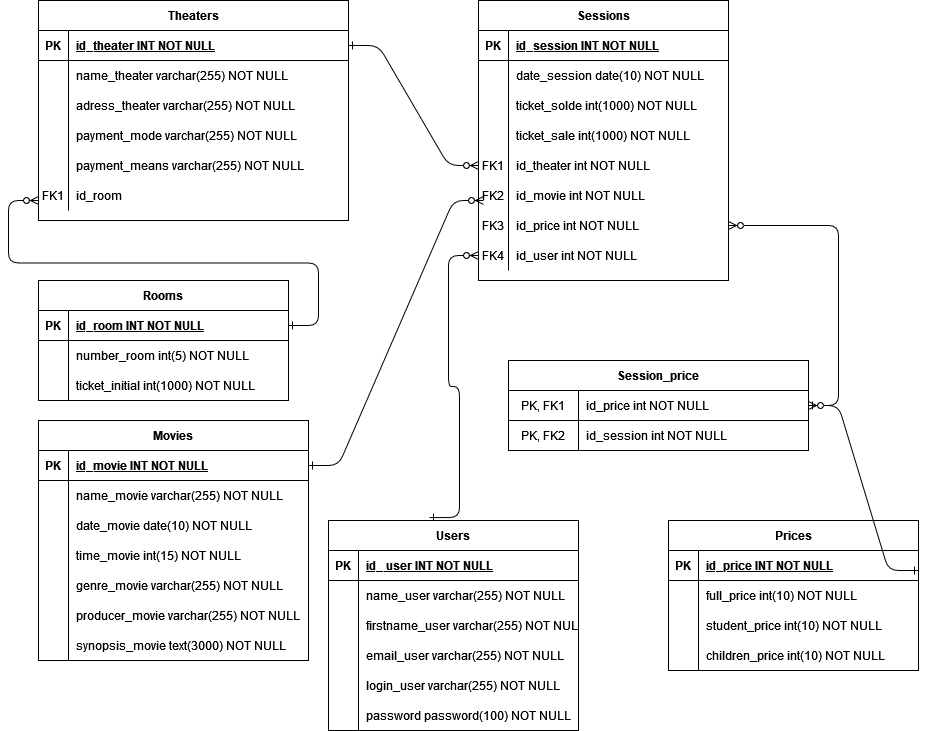
The draw.io diagram MPD.png in AurelieG13/Entrainement-BDD-Studi6, before a commit. Source tidied: cells renumbered, new cells last; positions are measured from the earlier drawing's top-left corner, leaving out a move shared by most shapes.
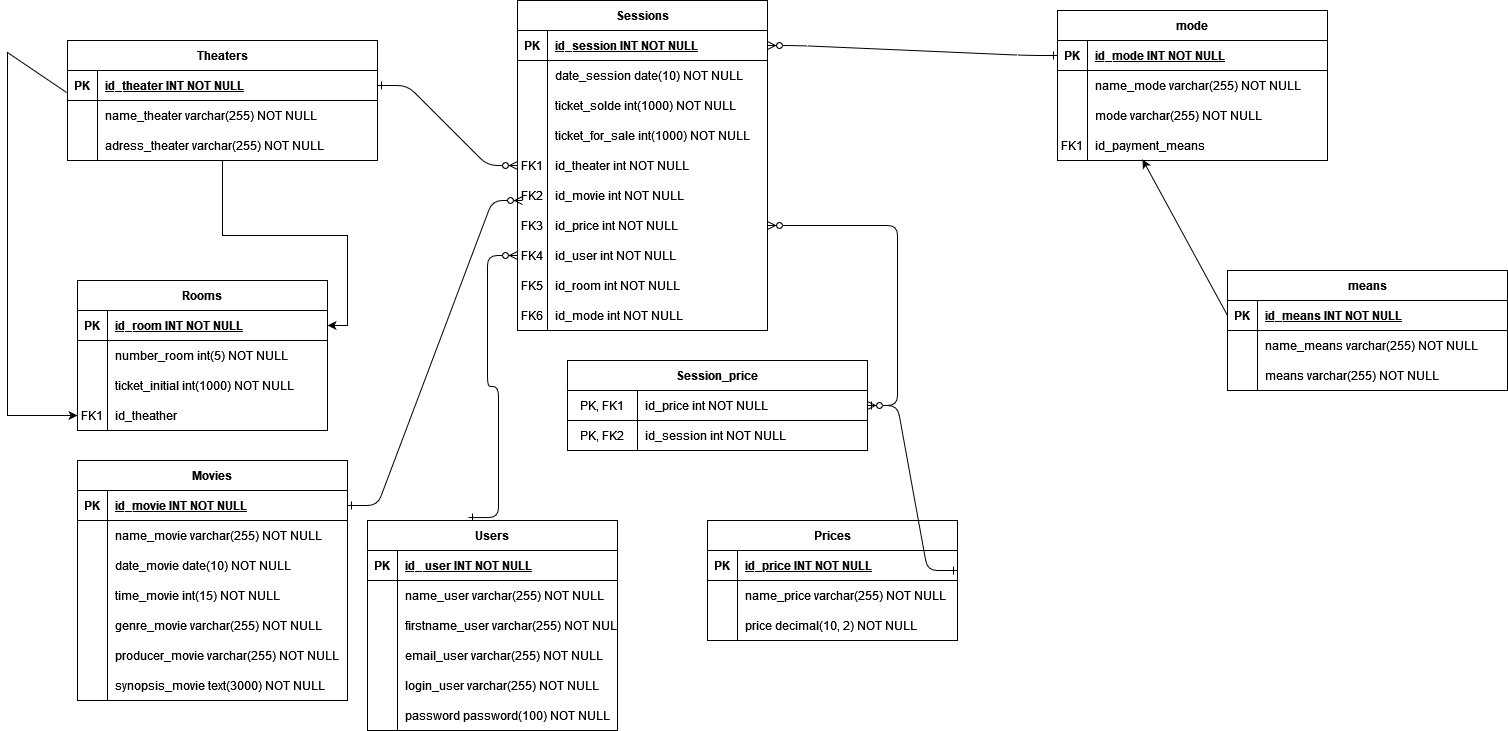
Above is the later version.

Commit message:
Finalisation requetes utilisateur BDD

The edit, as a diff of the source:
```diff
@@ -6,7 +6,7 @@
       <mxGeometry relative="1" as="geometry" />
     </mxCell>
     <mxCell id="3" value="Sessions" style="shape=table;startSize=30;rowLines=0;fontStyle=1;align=center;" parent="1" vertex="1">
-      <mxGeometry x="440" width="250" height="280" as="geometry" />
+      <mxGeometry x="440" width="250" height="330" as="geometry" />
     </mxCell>
     <mxCell id="4" style="shape=partialRectangle;fillColor=none;points=[[0,0.5],[1,0.5]];portConstraint=eastwest;top=0;left=0;right=0;bottom=1;" parent="3" vertex="1">
       <mxGeometry y="30" width="250" height="30" as="geometry" />
@@ -41,7 +41,7 @@
     <mxCell id="14" style="shape=partialRectangle;overflow=hidden;fillColor=none;top=0;left=0;bottom=0;right=0;" parent="13" vertex="1">
       <mxGeometry width="30" height="30" as="geometry" />
     </mxCell>
-    <mxCell id="15" value="ticket_sale int(1000) NOT NULL" style="shape=partialRectangle;overflow=hidden;fillColor=none;top=0;left=0;bottom=0;right=0;align=left;spacingLeft=6;" parent="13" vertex="1">
+    <mxCell id="15" value="ticket_for_sale int(1000) NOT NULL" style="shape=partialRectangle;overflow=hidden;fillColor=none;top=0;left=0;bottom=0;right=0;align=left;spacingLeft=6;" parent="13" vertex="1">
       <mxGeometry x="30" width="220" height="30" as="geometry" />
     </mxCell>
     <mxCell id="16" style="shape=partialRectangle;fillColor=none;points=[[0,0.5],[1,0.5]];portConstraint=eastwest;top=0;left=0;right=0;bottom=0;" parent="3" vertex="1">
@@ -80,8 +80,26 @@
     <mxCell id="27" value="id_user int NOT NULL" style="shape=partialRectangle;overflow=hidden;fillColor=none;top=0;left=0;bottom=0;right=0;align=left;spacingLeft=6;" parent="25" vertex="1">
       <mxGeometry x="30" width="220" height="30" as="geometry" />
     </mxCell>
+    <mxCell id="123" style="shape=partialRectangle;fillColor=none;top=0;left=0;right=0;bottom=0;" parent="3" vertex="1">
+      <mxGeometry y="270" width="250" height="30" as="geometry" />
+    </mxCell>
+    <mxCell id="124" value="FK5" style="shape=partialRectangle;overflow=hidden;fillColor=none;top=0;left=0;bottom=0;right=0;" parent="123" vertex="1">
+      <mxGeometry width="30" height="30" as="geometry" />
+    </mxCell>
+    <mxCell id="125" value="id_room int NOT NULL" style="shape=partialRectangle;overflow=hidden;fillColor=none;top=0;left=0;bottom=0;right=0;align=left;spacingLeft=6;" parent="123" vertex="1">
+      <mxGeometry x="30" width="220" height="30" as="geometry" />
+    </mxCell>
+    <mxCell id="126" style="shape=partialRectangle;fillColor=none;top=0;left=0;right=0;bottom=0;" parent="3" vertex="1">
+      <mxGeometry y="300" width="250" height="30" as="geometry" />
+    </mxCell>
+    <mxCell id="127" value="FK6" style="shape=partialRectangle;overflow=hidden;fillColor=none;top=0;left=0;bottom=0;right=0;" parent="126" vertex="1">
+      <mxGeometry width="30" height="30" as="geometry" />
+    </mxCell>
+    <mxCell id="128" value="id_mode int NOT NULL" style="shape=partialRectangle;overflow=hidden;fillColor=none;top=0;left=0;bottom=0;right=0;align=left;spacingLeft=6;" parent="126" vertex="1">
+      <mxGeometry x="30" width="220" height="30" as="geometry" />
+    </mxCell>
     <mxCell id="28" value="Session_price" style="shape=table;startSize=30;rowLines=0;fontStyle=1;align=center;" parent="1" vertex="1">
-      <mxGeometry x="470" y="360" width="300" height="90" as="geometry" />
+      <mxGeometry x="490" y="360" width="300" height="90" as="geometry" />
     </mxCell>
     <mxCell id="29" style="shape=partialRectangle;fillColor=none;points=[[0,0.5],[1,0.5]];portConstraint=eastwest;top=0;left=0;right=0;bottom=1;" parent="28" vertex="1">
       <mxGeometry y="30" width="300" height="30" as="geometry" />
@@ -101,8 +119,11 @@
     <mxCell id="34" value="id_session int NOT NULL " style="shape=partialRectangle;overflow=hidden;fillColor=none;top=0;left=0;bottom=0;right=0;align=left;spacingLeft=6;" parent="32" vertex="1">
       <mxGeometry x="70" width="230" height="30" as="geometry" />
     </mxCell>
+    <mxCell id="129" style="edgeStyle=orthogonalEdgeStyle;rounded=0;jettySize=auto;html=1;" parent="1" edge="1" source="35" target="57">
+      <mxGeometry relative="1" as="geometry" />
+    </mxCell>
     <mxCell id="35" value="Theaters" style="shape=table;startSize=30;rowLines=0;fontStyle=1;align=center;" parent="1" vertex="1">
-      <mxGeometry width="310" height="220" as="geometry" />
+      <mxGeometry x="-10" y="40" width="310" height="120" as="geometry" />
     </mxCell>
     <mxCell id="36" style="shape=partialRectangle;fillColor=none;points=[[0,0.5],[1,0.5]];portConstraint=eastwest;top=0;left=0;right=0;bottom=1;" parent="35" vertex="1">
       <mxGeometry y="30" width="310" height="30" as="geometry" />
@@ -131,33 +152,6 @@
     <mxCell id="44" value="adress_theater varchar(255) NOT NULL" style="shape=partialRectangle;overflow=hidden;fillColor=none;top=0;left=0;bottom=0;right=0;align=left;spacingLeft=6;" parent="42" vertex="1">
       <mxGeometry x="30" width="280" height="30" as="geometry" />
     </mxCell>
-    <mxCell id="45" style="shape=partialRectangle;fillColor=none;top=0;left=0;right=0;bottom=0;" parent="35" vertex="1">
-      <mxGeometry y="120" width="310" height="30" as="geometry" />
-    </mxCell>
-    <mxCell id="46" style="shape=partialRectangle;overflow=hidden;fillColor=none;top=0;left=0;bottom=0;right=0;" parent="45" vertex="1">
-      <mxGeometry width="30" height="30" as="geometry" />
-    </mxCell>
-    <mxCell id="47" value="payment_mode varchar(255) NOT NULL" style="shape=partialRectangle;overflow=hidden;fillColor=none;top=0;left=0;bottom=0;right=0;align=left;spacingLeft=6;" parent="45" vertex="1">
-      <mxGeometry x="30" width="280" height="30" as="geometry" />
-    </mxCell>
-    <mxCell id="48" style="shape=partialRectangle;fillColor=none;top=0;left=0;right=0;bottom=0;" parent="35" vertex="1">
-      <mxGeometry y="150" width="310" height="30" as="geometry" />
-    </mxCell>
-    <mxCell id="49" style="shape=partialRectangle;overflow=hidden;fillColor=none;top=0;left=0;bottom=0;right=0;" parent="48" vertex="1">
-      <mxGeometry width="30" height="30" as="geometry" />
-    </mxCell>
-    <mxCell id="50" value="payment_means varchar(255) NOT NULL" style="shape=partialRectangle;overflow=hidden;fillColor=none;top=0;left=0;bottom=0;right=0;align=left;spacingLeft=6;" parent="48" vertex="1">
-      <mxGeometry x="30" width="280" height="30" as="geometry" />
-    </mxCell>
-    <mxCell id="51" style="shape=partialRectangle;fillColor=none;top=0;left=0;right=0;bottom=0;" parent="35" vertex="1">
-      <mxGeometry y="180" width="310" height="30" as="geometry" />
-    </mxCell>
-    <mxCell id="52" value="FK1" style="shape=partialRectangle;overflow=hidden;fillColor=none;top=0;left=0;bottom=0;right=0;" parent="51" vertex="1">
-      <mxGeometry width="30" height="30" as="geometry" />
-    </mxCell>
-    <mxCell id="53" value="id_room" style="shape=partialRectangle;overflow=hidden;fillColor=none;top=0;left=0;bottom=0;right=0;align=left;spacingLeft=6;" parent="51" vertex="1">
-      <mxGeometry x="30" width="280" height="30" as="geometry" />
-    </mxCell>
     <mxCell id="54" style="edgeStyle=entityRelationEdgeStyle;endArrow=ERzeroToMany;startArrow=ERone;endFill=1;startFill=0;entryX=1;entryY=0.5;entryDx=0;entryDy=0;" parent="1" edge="1" source="28" target="22">
       <mxGeometry relative="1" as="geometry" />
     </mxCell>
@@ -165,7 +159,7 @@
       <mxGeometry relative="1" as="geometry" />
     </mxCell>
     <mxCell id="56" value="Rooms" style="shape=table;startSize=30;rowLines=0;fontStyle=1;align=center;" parent="1" vertex="1">
-      <mxGeometry y="280" width="250" height="120" as="geometry" />
+      <mxGeometry y="280" width="250" height="150" as="geometry" />
     </mxCell>
     <mxCell id="57" style="shape=partialRectangle;fillColor=none;points=[[0,0.5],[1,0.5]];portConstraint=eastwest;top=0;left=0;right=0;bottom=1;" parent="56" vertex="1">
       <mxGeometry y="30" width="250" height="30" as="geometry" />
@@ -194,13 +188,17 @@
     <mxCell id="65" value="ticket_initial int(1000) NOT NULL" style="shape=partialRectangle;overflow=hidden;fillColor=none;top=0;left=0;bottom=0;right=0;align=left;spacingLeft=6;" parent="63" vertex="1">
       <mxGeometry x="30" width="220" height="30" as="geometry" />
     </mxCell>
-    <mxCell id="66" style="edgeStyle=entityRelationEdgeStyle;endArrow=ERzeroToMany;startArrow=ERone;endFill=1;startFill=0;entryX=1;entryY=0.5;entryDx=0;entryDy=0;exitX=1;exitY=0.5;exitDx=0;exitDy=0;" parent="1" edge="1" source="57">
-      <mxGeometry relative="1" as="geometry">
-        <mxPoint y="200" as="targetPoint" />
-      </mxGeometry>
-    </mxCell>
+    <mxCell id="119" style="shape=partialRectangle;fillColor=none;points=[[0,0.5],[1,0.5]];portConstraint=eastwest;top=0;left=0;right=0;bottom=0;" parent="56" vertex="1">
+      <mxGeometry y="120" width="250" height="30" as="geometry" />
+    </mxCell>
+    <mxCell id="130" value="FK1" style="shape=partialRectangle;overflow=hidden;fillColor=none;top=0;left=0;bottom=0;right=0;" parent="119" vertex="1">
+      <mxGeometry width="30" height="30" as="geometry" />
+    </mxCell>
+    <mxCell id="131" value="id_theather" style="shape=partialRectangle;overflow=hidden;fillColor=none;top=0;left=0;bottom=0;right=0;align=left;spacingLeft=6;" parent="119" vertex="1">
+      <mxGeometry x="30" width="220" height="30" as="geometry" />
+    </mxCell>
     <mxCell id="67" value="Movies" style="shape=table;startSize=30;rowLines=0;fontStyle=1;align=center;" parent="1" vertex="1">
-      <mxGeometry y="420" width="270" height="240" as="geometry" />
+      <mxGeometry y="460" width="270" height="240" as="geometry" />
     </mxCell>
     <mxCell id="68" style="shape=partialRectangle;fillColor=none;points=[[0,0.5],[1,0.5]];portConstraint=eastwest;top=0;left=0;right=0;bottom=1;" parent="67" vertex="1">
       <mxGeometry y="30" width="270" height="30" as="geometry" />
@@ -328,7 +326,7 @@
       <mxGeometry x="30" width="220" height="30" as="geometry" />
     </mxCell>
     <mxCell id="109" value="Prices" style="shape=table;startSize=30;rowLines=0;fontStyle=1;align=center;" parent="1" vertex="1">
-      <mxGeometry x="630" y="520" width="250" height="150" as="geometry" />
+      <mxGeometry x="630" y="520" width="250" height="120" as="geometry" />
     </mxCell>
     <mxCell id="110" style="shape=partialRectangle;fillColor=none;points=[[0,0.5],[1,0.5]];portConstraint=eastwest;top=0;left=0;right=0;bottom=1;" parent="109" vertex="1">
       <mxGeometry y="30" width="250" height="30" as="geometry" />
@@ -345,7 +343,7 @@
     <mxCell id="114" style="shape=partialRectangle;overflow=hidden;fillColor=none;top=0;left=0;bottom=0;right=0;" parent="113" vertex="1">
       <mxGeometry width="30" height="30" as="geometry" />
     </mxCell>
-    <mxCell id="115" value="full_price int(10) NOT NULL" style="shape=partialRectangle;overflow=hidden;fillColor=none;top=0;left=0;bottom=0;right=0;align=left;spacingLeft=6;" parent="113" vertex="1">
+    <mxCell id="115" value="name_price varchar(255) NOT NULL" style="shape=partialRectangle;overflow=hidden;fillColor=none;top=0;left=0;bottom=0;right=0;align=left;spacingLeft=6;" parent="113" vertex="1">
       <mxGeometry x="30" width="220" height="30" as="geometry" />
     </mxCell>
     <mxCell id="116" style="shape=partialRectangle;fillColor=none;top=0;left=0;right=0;bottom=0;" parent="109" vertex="1">
@@ -354,20 +352,94 @@
     <mxCell id="117" style="shape=partialRectangle;overflow=hidden;fillColor=none;top=0;left=0;bottom=0;right=0;" parent="116" vertex="1">
       <mxGeometry width="30" height="30" as="geometry" />
     </mxCell>
-    <mxCell id="118" value="student_price int(10) NOT NULL" style="shape=partialRectangle;overflow=hidden;fillColor=none;top=0;left=0;bottom=0;right=0;align=left;spacingLeft=6;" parent="116" vertex="1">
+    <mxCell id="118" value="price decimal(10, 2) NOT NULL" style="shape=partialRectangle;overflow=hidden;fillColor=none;top=0;left=0;bottom=0;right=0;align=left;spacingLeft=6;" parent="116" vertex="1">
       <mxGeometry x="30" width="220" height="30" as="geometry" />
     </mxCell>
-    <mxCell id="119" style="shape=partialRectangle;fillColor=none;points=[[0,0.5],[1,0.5]];portConstraint=eastwest;top=0;left=0;right=0;bottom=0;" parent="109" vertex="1">
-      <mxGeometry y="120" width="250" height="30" as="geometry" />
-    </mxCell>
-    <mxCell id="120" style="shape=partialRectangle;overflow=hidden;fillColor=none;top=0;left=0;bottom=0;right=0;" parent="119" vertex="1">
-      <mxGeometry width="30" height="30" as="geometry" />
-    </mxCell>
-    <mxCell id="121" value="children_price int(10) NOT NULL" style="shape=partialRectangle;overflow=hidden;fillColor=none;top=0;left=0;bottom=0;right=0;align=left;spacingLeft=6;" parent="119" vertex="1">
-      <mxGeometry x="30" width="220" height="30" as="geometry" />
-    </mxCell>
     <mxCell id="122" style="edgeStyle=entityRelationEdgeStyle;endArrow=ERzeroToMany;startArrow=ERone;endFill=1;startFill=0;exitX=1;exitY=0.667;exitDx=0;exitDy=0;exitPerimeter=0;" parent="1" edge="1" source="110" target="29">
       <mxGeometry relative="1" as="geometry" />
     </mxCell>
+    <mxCell id="132" style="edgeStyle=none;rounded=0;jettySize=auto;html=1;exitX=-0.003;exitY=0.733;exitDx=0;exitDy=0;entryX=0;entryY=0.5;entryDx=0;entryDy=0;exitPerimeter=0;" parent="1" edge="1" source="36" target="119">
+      <mxGeometry relative="1" as="geometry">
+        <Array as="points">
+          <mxPoint x="-70" y="52" />
+          <mxPoint x="-70" y="415" />
+        </Array>
+      </mxGeometry>
+    </mxCell>
+    <mxCell id="133" value="means" style="shape=table;startSize=30;rowLines=0;fontStyle=1;align=center;" parent="1" vertex="1">
+      <mxGeometry x="1150" y="270" width="280" height="120" as="geometry" />
+    </mxCell>
+    <mxCell id="134" style="shape=partialRectangle;fillColor=none;points=[[0,0.5],[1,0.5]];portConstraint=eastwest;top=0;left=0;right=0;bottom=1;" parent="133" vertex="1">
+      <mxGeometry y="30" width="280" height="30" as="geometry" />
+    </mxCell>
+    <mxCell id="135" value="PK" style="shape=partialRectangle;overflow=hidden;fillColor=none;top=0;left=0;bottom=0;right=0;fontStyle=1;" parent="134" vertex="1">
+      <mxGeometry width="30" height="30" as="geometry" />
+    </mxCell>
+    <mxCell id="136" value="id_means INT NOT NULL " style="shape=partialRectangle;overflow=hidden;fillColor=none;top=0;left=0;bottom=0;right=0;align=left;spacingLeft=6;fontStyle=5;" parent="134" vertex="1">
+      <mxGeometry x="30" width="250" height="30" as="geometry" />
+    </mxCell>
+    <mxCell id="137" style="shape=partialRectangle;fillColor=none;top=0;left=0;right=0;bottom=0;" parent="133" vertex="1">
+      <mxGeometry y="60" width="280" height="30" as="geometry" />
+    </mxCell>
+    <mxCell id="138" style="shape=partialRectangle;overflow=hidden;fillColor=none;top=0;left=0;bottom=0;right=0;" parent="137" vertex="1">
+      <mxGeometry width="30" height="30" as="geometry" />
+    </mxCell>
+    <mxCell id="139" value="name_means varchar(255) NOT NULL" style="shape=partialRectangle;overflow=hidden;fillColor=none;top=0;left=0;bottom=0;right=0;align=left;spacingLeft=6;" parent="137" vertex="1">
+      <mxGeometry x="30" width="250" height="30" as="geometry" />
+    </mxCell>
+    <mxCell id="140" style="shape=partialRectangle;fillColor=none;top=0;left=0;right=0;bottom=0;" parent="133" vertex="1">
+      <mxGeometry y="90" width="280" height="30" as="geometry" />
+    </mxCell>
+    <mxCell id="141" style="shape=partialRectangle;overflow=hidden;fillColor=none;top=0;left=0;bottom=0;right=0;" parent="140" vertex="1">
+      <mxGeometry width="30" height="30" as="geometry" />
+    </mxCell>
+    <mxCell id="142" value="means varchar(255) NOT NULL" style="shape=partialRectangle;overflow=hidden;fillColor=none;top=0;left=0;bottom=0;right=0;align=left;spacingLeft=6;" parent="140" vertex="1">
+      <mxGeometry x="30" width="250" height="30" as="geometry" />
+    </mxCell>
+    <mxCell id="143" value="mode" style="shape=table;startSize=30;rowLines=0;fontStyle=1;align=center;" parent="1" vertex="1">
+      <mxGeometry x="980" y="10" width="270" height="150" as="geometry" />
+    </mxCell>
+    <mxCell id="144" style="shape=partialRectangle;fillColor=none;points=[[0,0.5],[1,0.5]];portConstraint=eastwest;top=0;left=0;right=0;bottom=1;" parent="143" vertex="1">
+      <mxGeometry y="30" width="270" height="30" as="geometry" />
+    </mxCell>
+    <mxCell id="145" value="PK" style="shape=partialRectangle;overflow=hidden;fillColor=none;top=0;left=0;bottom=0;right=0;fontStyle=1;" parent="144" vertex="1">
+      <mxGeometry width="30" height="30" as="geometry" />
+    </mxCell>
+    <mxCell id="146" value="id_mode INT NOT NULL " style="shape=partialRectangle;overflow=hidden;fillColor=none;top=0;left=0;bottom=0;right=0;align=left;spacingLeft=6;fontStyle=5;" parent="144" vertex="1">
+      <mxGeometry x="30" width="240" height="30" as="geometry" />
+    </mxCell>
+    <mxCell id="147" style="shape=partialRectangle;fillColor=none;top=0;left=0;right=0;bottom=0;" parent="143" vertex="1">
+      <mxGeometry y="60" width="270" height="30" as="geometry" />
+    </mxCell>
+    <mxCell id="148" style="shape=partialRectangle;overflow=hidden;fillColor=none;top=0;left=0;bottom=0;right=0;" parent="147" vertex="1">
+      <mxGeometry width="30" height="30" as="geometry" />
+    </mxCell>
+    <mxCell id="149" value="name_mode varchar(255) NOT NULL" style="shape=partialRectangle;overflow=hidden;fillColor=none;top=0;left=0;bottom=0;right=0;align=left;spacingLeft=6;" parent="147" vertex="1">
+      <mxGeometry x="30" width="240" height="30" as="geometry" />
+    </mxCell>
+    <mxCell id="150" style="shape=partialRectangle;fillColor=none;top=0;left=0;right=0;bottom=0;" parent="143" vertex="1">
+      <mxGeometry y="90" width="270" height="30" as="geometry" />
+    </mxCell>
+    <mxCell id="151" style="shape=partialRectangle;overflow=hidden;fillColor=none;top=0;left=0;bottom=0;right=0;" parent="150" vertex="1">
+      <mxGeometry width="30" height="30" as="geometry" />
+    </mxCell>
+    <mxCell id="152" value="mode varchar(255) NOT NULL" style="shape=partialRectangle;overflow=hidden;fillColor=none;top=0;left=0;bottom=0;right=0;align=left;spacingLeft=6;" parent="150" vertex="1">
+      <mxGeometry x="30" width="240" height="30" as="geometry" />
+    </mxCell>
+    <mxCell id="153" style="shape=partialRectangle;fillColor=none;points=[[0,0.5],[1,0.5]];portConstraint=eastwest;top=0;left=0;right=0;bottom=0;" parent="143" vertex="1">
+      <mxGeometry y="120" width="270" height="30" as="geometry" />
+    </mxCell>
+    <mxCell id="154" value="FK1" style="shape=partialRectangle;overflow=hidden;fillColor=none;top=0;left=0;bottom=0;right=0;" parent="153" vertex="1">
+      <mxGeometry width="30" height="30" as="geometry" />
+    </mxCell>
+    <mxCell id="155" value="id_payment_means" style="shape=partialRectangle;overflow=hidden;fillColor=none;top=0;left=0;bottom=0;right=0;align=left;spacingLeft=6;" parent="153" vertex="1">
+      <mxGeometry x="30" width="240" height="30" as="geometry" />
+    </mxCell>
+    <mxCell id="156" style="edgeStyle=none;rounded=0;jettySize=auto;html=1;entryX=0.315;entryY=0.967;entryDx=0;entryDy=0;entryPerimeter=0;exitX=0;exitY=0.5;exitDx=0;exitDy=0;" parent="1" edge="1" source="134" target="153">
+      <mxGeometry relative="1" as="geometry" />
+    </mxCell>
+    <mxCell id="157" style="edgeStyle=entityRelationEdgeStyle;endArrow=ERzeroToMany;startArrow=ERone;endFill=1;startFill=0;entryX=1;entryY=0.5;entryDx=0;entryDy=0;exitX=0;exitY=0.5;exitDx=0;exitDy=0;" parent="1" edge="1" source="144" target="4">
+      <mxGeometry relative="1" as="geometry" />
+    </mxCell>
   </root>
 </mxGraphModel>
```
